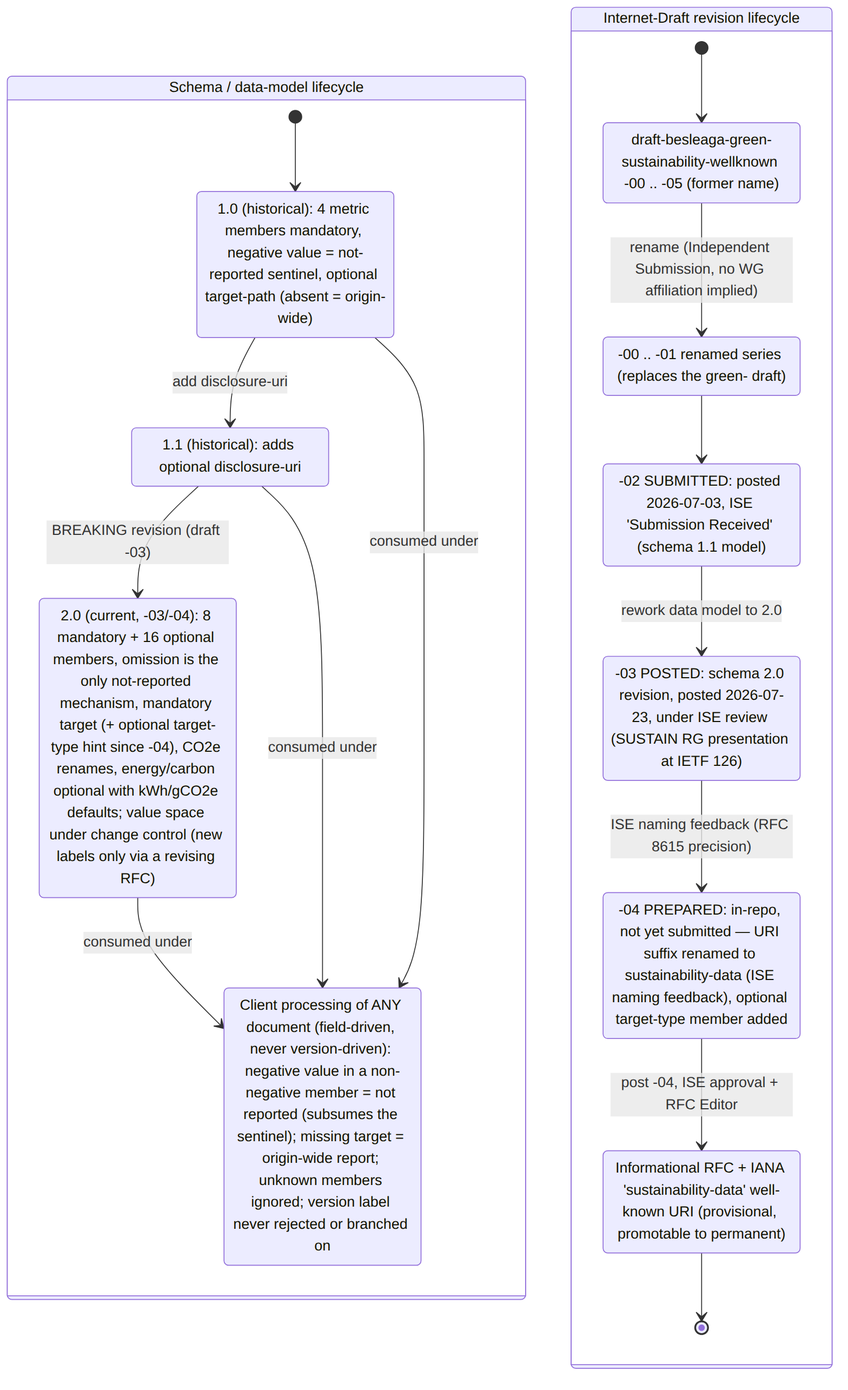
This is architecture/images/version-state.png from andreibesleaga/rfc-sustainability-wellknown, a Mermaid export, as it was before one commit. Its source is kept beside it as architecture/diagrams/version-state.mmd.
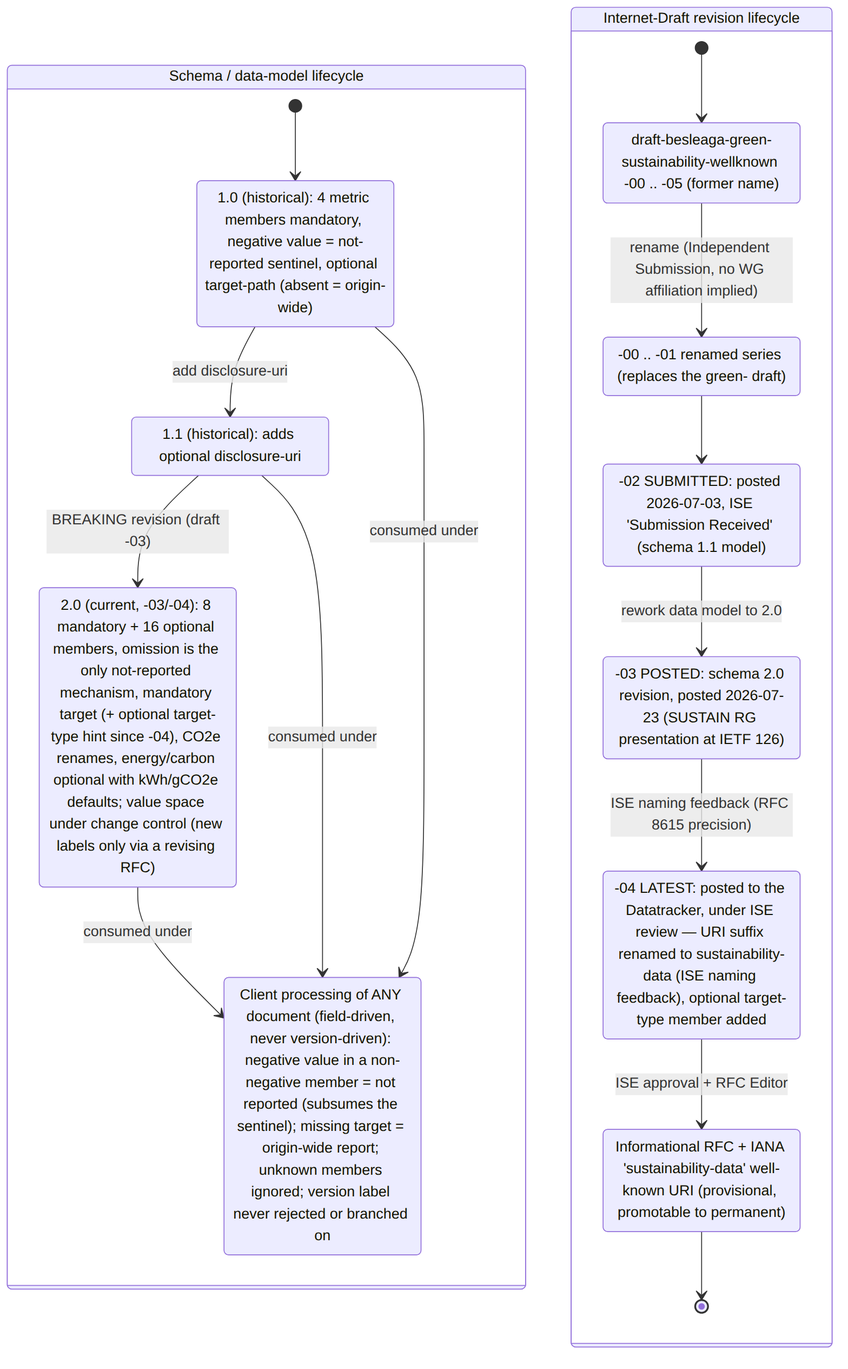
Above is the later version.

Diff of the diagram source:
```diff
@@ -17,15 +17,15 @@
         state "draft-besleaga-green-sustainability-wellknown -00 .. -05 (former name)" as GREEN
         state "-00 .. -01 renamed series (replaces the green- draft)" as EARLY
         state "-02 SUBMITTED: posted 2026-07-03, ISE 'Submission Received' (schema 1.1 model)" as SUBMITTED
-        state "-03 POSTED: schema 2.0 revision, posted 2026-07-23, under ISE review (SUSTAIN RG presentation at IETF 126)" as POSTED
-        state "-04 PREPARED: in-repo, not yet submitted — URI suffix renamed to sustainability-data (ISE naming feedback), optional target-type member added" as PREPARED4
+        state "-03 POSTED: schema 2.0 revision, posted 2026-07-23 (SUSTAIN RG presentation at IETF 126)" as POSTED
+        state "-04 LATEST: posted to the Datatracker, under ISE review — URI suffix renamed to sustainability-data (ISE naming feedback), optional target-type member added" as POSTED4
         state "Informational RFC + IANA 'sustainability-data' well-known URI (provisional, promotable to permanent)" as RFC
 
         [*] --> GREEN
         GREEN --> EARLY : rename (Independent Submission, no WG affiliation implied)
         EARLY --> SUBMITTED
         SUBMITTED --> POSTED : rework data model to 2.0
-        POSTED --> PREPARED4 : ISE naming feedback (RFC 8615 precision)
-        PREPARED4 --> RFC : post -04, ISE approval + RFC Editor
+        POSTED --> POSTED4 : ISE naming feedback (RFC 8615 precision)
+        POSTED4 --> RFC : ISE approval + RFC Editor
         RFC --> [*]
     }
```
